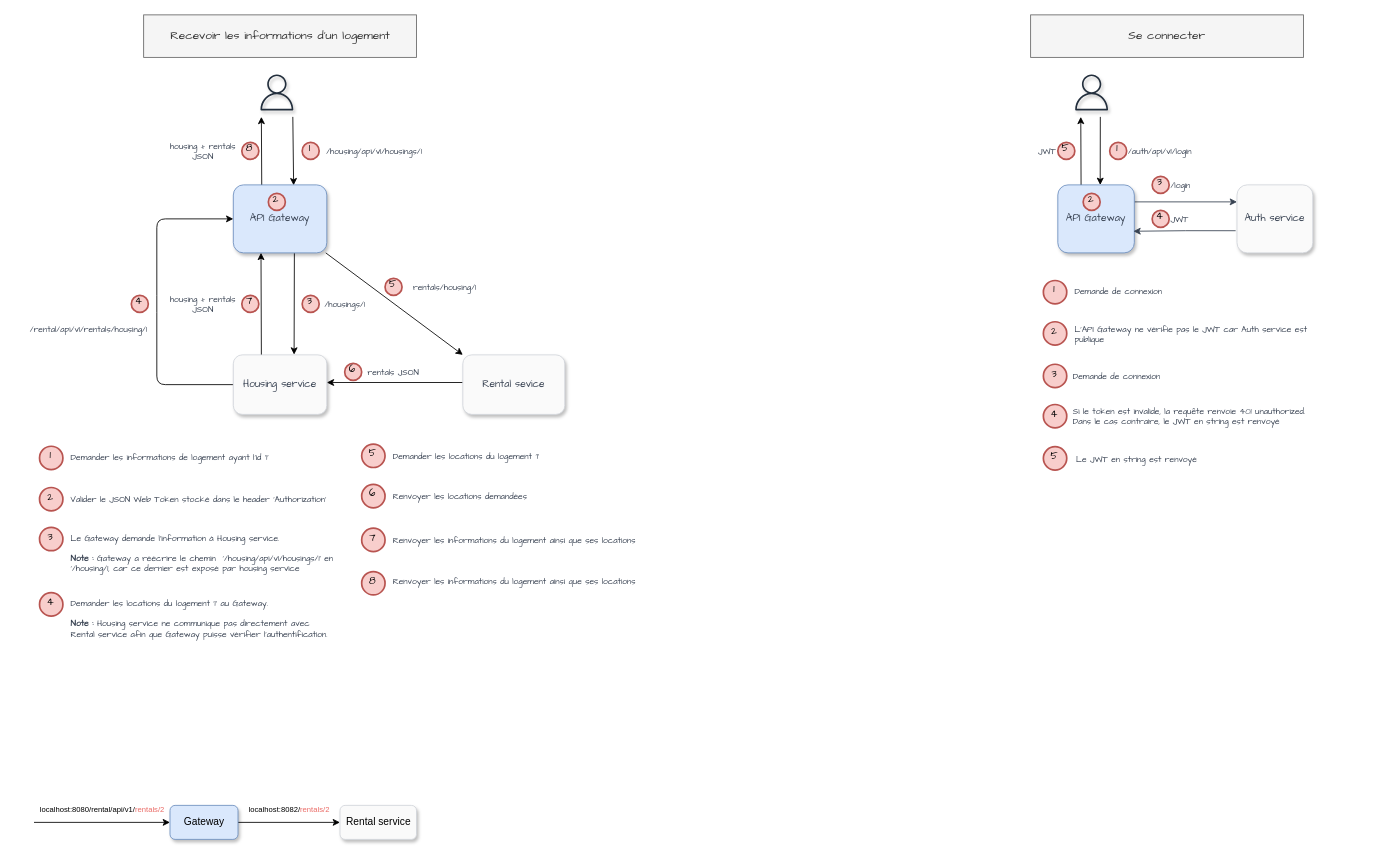
Above: docs/diagrams/diagrams.drawio in antoinedespres/Simona-Immobilier (draw.io), before the change. Source tidied: cells renumbered, new cells numbered last; positions are measured from the earlier drawing's top-left corner, leaving out a move shared by most shapes. Both pictures are drawn from the tidied source at 85%, with x=0, y=0 at pixel (17, 14).
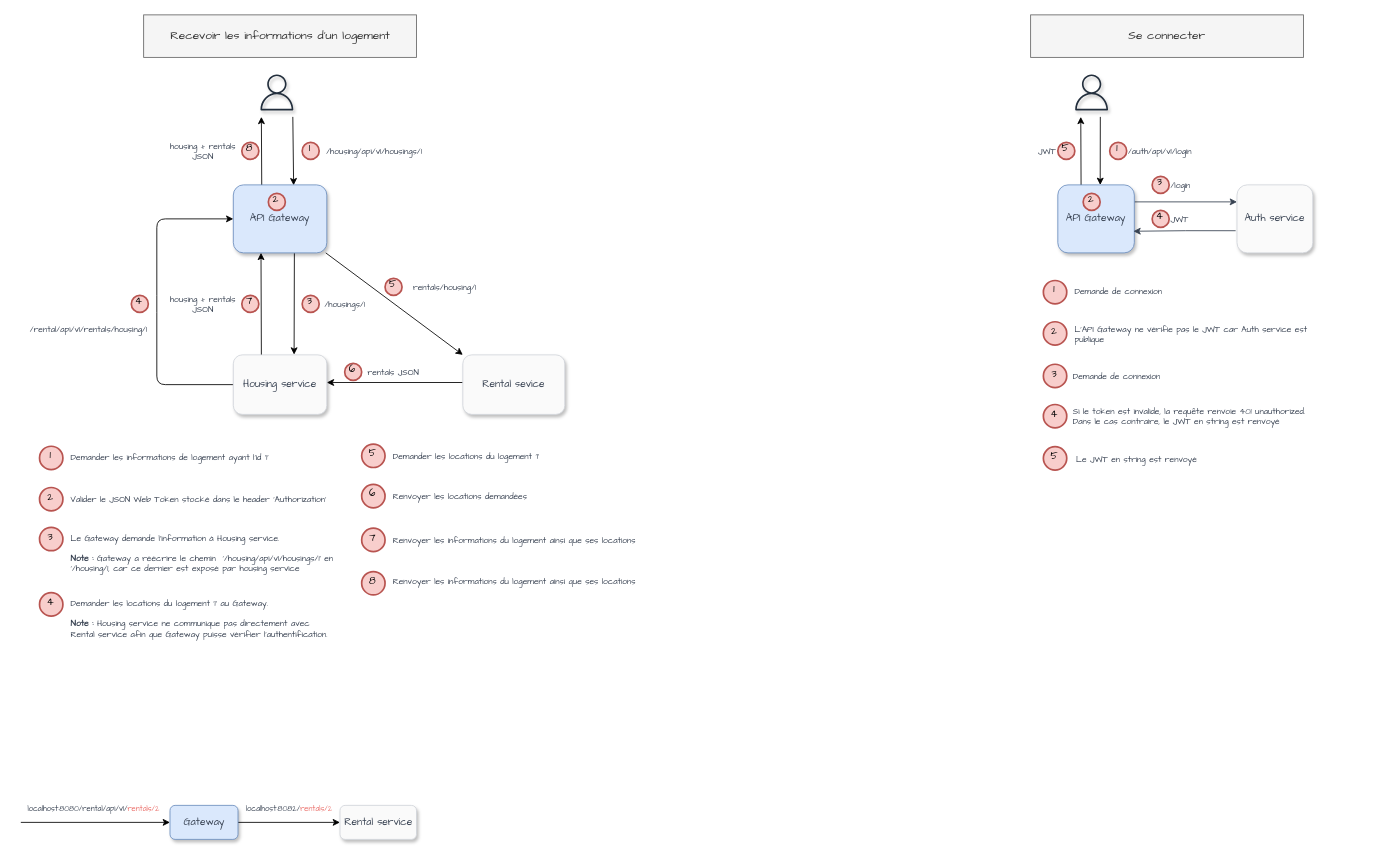
The same page after the edit.

Commit message:
:memo: change gateway rewrite path diagram font

Diff of the diagram source:
```diff
@@
-    <mxCell id="74" style="edgeStyle=orthogonalEdgeStyle;rounded=0;jettySize=auto;html=1;entryX=0;entryY=0.5;entryDx=0;entryDy=0;" parent="1" edge="1" source="75" target="78">
+    <mxCell id="74" style="edgeStyle=orthogonalEdgeStyle;rounded=0;jettySize=auto;html=1;entryX=0;entryY=0.5;entryDx=0;entryDy=0;fontFamily=Comic Sans MS;fontColor=#374151;" parent="1" edge="1" source="75" target="78">
       <mxGeometry relative="1" as="geometry" />
     </mxCell>
-    <mxCell id="75" value="Gateway" style="rounded=1;whiteSpace=wrap;html=1;fontFamily=Helvetica;fillColor=#dae8fc;strokeColor=#6c8ebf;shadow=1;" parent="1" vertex="1">
+    <mxCell id="75" value="Gateway" style="rounded=1;whiteSpace=wrap;html=1;fontFamily=Comic Sans MS;fillColor=#dae8fc;strokeColor=#6c8ebf;shadow=1;fontColor=#374151;" parent="1" vertex="1">
       <mxGeometry x="179.5" y="930" width="80" height="40" as="geometry" />
     </mxCell>
-    <mxCell id="76" style="endArrow=classic;html=1;rounded=0;" parent="1" edge="1">
+    <mxCell id="76" style="endArrow=classic;html=1;rounded=0;fontFamily=Comic Sans MS;fontColor=#374151;" parent="1" edge="1">
       <mxGeometry relative="1" as="geometry">
-        <mxPoint x="19.5" y="950" as="sourcePoint" />
+        <mxPoint x="4" y="950" as="sourcePoint" />
         <mxPoint x="179.5" y="950" as="targetPoint" />
       </mxGeometry>
     </mxCell>
-    <mxCell id="77" value="localhost:8080/rental/api/v1/&lt;font color=&quot;#ea6b66&quot; style=&quot;font-size: 9px;&quot;&gt;rentals/2&lt;/font&gt;" style="text;html=1;strokeColor=none;fillColor=none;align=center;verticalAlign=middle;whiteSpace=wrap;rounded=0;fontFamily=Helvetica;fontSize=9;" parent="1" vertex="1">
-      <mxGeometry x="-0.5" y="920" width="200" height="30" as="geometry" />
+    <mxCell id="77" value="localhost:8080/rental/api/v1/&lt;font color=&quot;#ea6b66&quot; style=&quot;font-size: 9px;&quot;&gt;rentals/2&lt;/font&gt;" style="text;html=1;strokeColor=none;fillColor=none;align=center;verticalAlign=middle;whiteSpace=wrap;rounded=0;fontFamily=Comic Sans MS;fontSize=9;fontColor=#374151;" parent="1" vertex="1">
+      <mxGeometry x="-0.5" y="925" width="180" height="20" as="geometry" />
     </mxCell>
-    <mxCell id="78" value="Rental service" style="rounded=1;whiteSpace=wrap;html=1;fontFamily=Helvetica;strokeColor=#D1D5DB;fillColor=#FAFAFA;shadow=1;glass=0;" parent="1" vertex="1">
+    <mxCell id="78" value="Rental service" style="rounded=1;whiteSpace=wrap;html=1;fontFamily=Comic Sans MS;strokeColor=#D1D5DB;fillColor=#FAFAFA;shadow=1;glass=0;fontColor=#374151;" parent="1" vertex="1">
       <mxGeometry x="379.5" y="930" width="90" height="40" as="geometry" />
     </mxCell>
-    <mxCell id="79" value="localhost:8082/&lt;font color=&quot;#ea6b66&quot; style=&quot;font-size: 9px;&quot;&gt;rentals/2&lt;/font&gt;" style="text;html=1;strokeColor=none;fillColor=none;align=center;verticalAlign=middle;whiteSpace=wrap;rounded=0;fontFamily=Helvetica;fontSize=9;" parent="1" vertex="1">
+    <mxCell id="79" value="localhost:8082/&lt;font color=&quot;#ea6b66&quot; style=&quot;font-size: 9px;&quot;&gt;rentals/2&lt;/font&gt;" style="text;html=1;strokeColor=none;fillColor=none;align=center;verticalAlign=middle;whiteSpace=wrap;rounded=0;fontFamily=Comic Sans MS;fontSize=9;fontColor=#374151;" parent="1" vertex="1">
       <mxGeometry x="229.5" y="920" width="180" height="30" as="geometry" />
     </mxCell>
```
